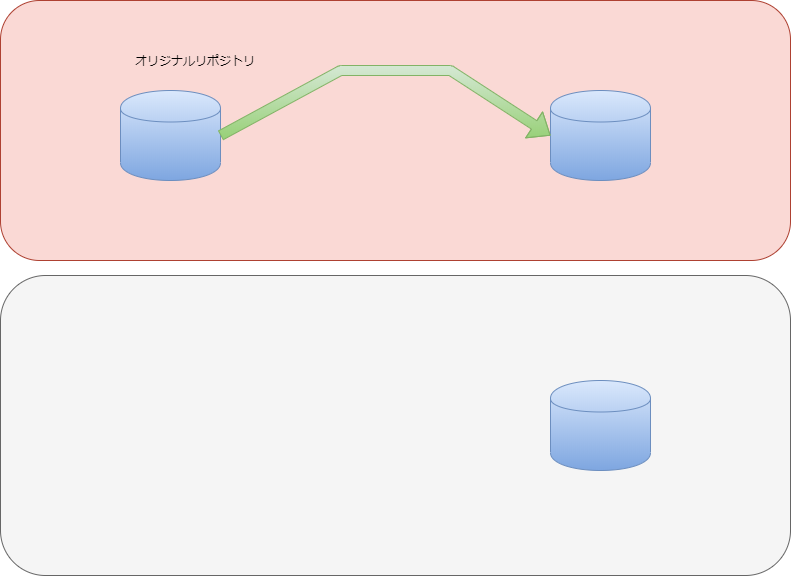
Before: hoge.drawio.png, a diagram exported from draw.io (kumamogeo/mergetest). Source tidied: cells renumbered, new cells last; positions are measured from the earlier drawing's top-left corner, leaving out a move shared by most shapes.
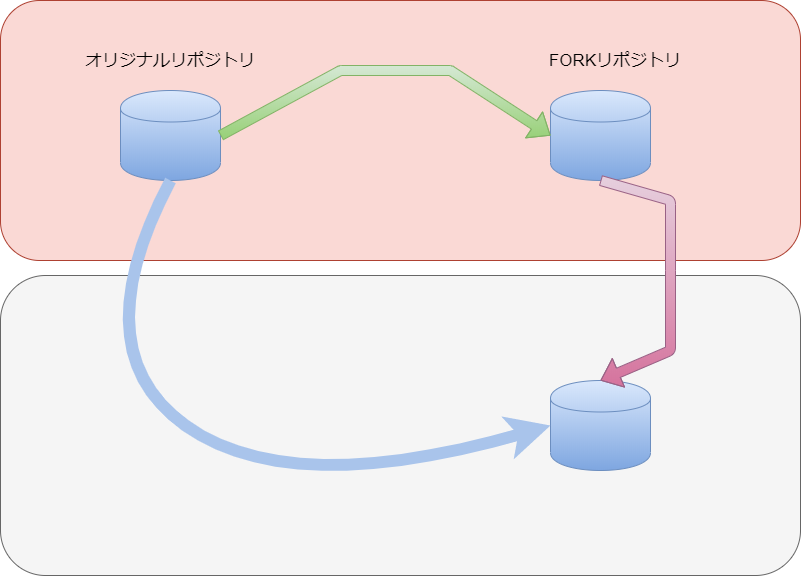
After the change.

Diff of the diagram source:
```diff
@@ -3,10 +3,10 @@
     <mxCell id="0" />
     <mxCell id="1" parent="0" />
     <mxCell id="2" style="rounded=1;whiteSpace=wrap;html=1;fillColor=#fad9d5;strokeColor=#ae4132;" parent="1" vertex="1">
-      <mxGeometry width="790" height="260" as="geometry" />
+      <mxGeometry width="800" height="260" as="geometry" />
     </mxCell>
     <mxCell id="3" style="rounded=1;whiteSpace=wrap;html=1;fillColor=#f5f5f5;strokeColor=#666666;fontColor=#333333;" parent="1" vertex="1">
-      <mxGeometry y="275" width="790" height="300" as="geometry" />
+      <mxGeometry y="275" width="800" height="300" as="geometry" />
     </mxCell>
     <mxCell id="4" style="shape=cylinder;whiteSpace=wrap;html=1;boundedLbl=1;backgroundOutline=1;fillColor=#dae8fc;strokeColor=#6c8ebf;gradientColor=#7ea6e0;" parent="1" vertex="1">
       <mxGeometry x="120" y="90" width="100" height="90" as="geometry" />
@@ -17,8 +17,8 @@
     <mxCell id="6" style="shape=cylinder;whiteSpace=wrap;html=1;boundedLbl=1;backgroundOutline=1;fillColor=#dae8fc;strokeColor=#6c8ebf;gradientColor=#7ea6e0;" parent="1" vertex="1">
       <mxGeometry x="550" y="380" width="100" height="90" as="geometry" />
     </mxCell>
-    <mxCell id="7" value="オリジナルリポジトリ" style="text;html=1;align=center;verticalAlign=middle;whiteSpace=wrap;rounded=0;fontFamily=Helvetica;fillColor=none;fontColor=#000000;" parent="1" vertex="1">
-      <mxGeometry x="100" y="50" width="190" height="20" as="geometry" />
+    <mxCell id="7" value="オリジナルリポジトリ" style="text;html=1;align=center;verticalAlign=middle;whiteSpace=wrap;rounded=0;fontFamily=Helvetica;fillColor=none;fontColor=#000000;fontSize=17;horizontal=1;" parent="1" vertex="1">
+      <mxGeometry x="75" y="50" width="190" height="20" as="geometry" />
     </mxCell>
     <mxCell id="8" style="endArrow=classic;startArrow=none;html=1;fontColor=#000000;exitX=1;exitY=0.5;exitDx=0;exitDy=0;gradientColor=#97d077;fillColor=#d5e8d4;strokeColor=#82b366;shape=flexArrow;entryX=0;entryY=0.5;entryDx=0;entryDy=0;startFill=0;" parent="1" edge="1" source="4" target="5">
       <mxGeometry relative="1" as="geometry">
@@ -28,5 +28,25 @@
         </Array>
       </mxGeometry>
     </mxCell>
+    <mxCell id="9" style="shape=flexArrow;endArrow=classic;html=1;gradientColor=#d5739d;fillColor=#e6d0de;strokeColor=#996185;exitX=0.5;exitY=1;exitDx=0;exitDy=0;entryX=0.5;entryY=0;entryDx=0;entryDy=0;" parent="1" edge="1" source="5" target="6">
+      <mxGeometry relative="1" as="geometry">
+        <Array as="points">
+          <mxPoint x="670" y="200" />
+          <mxPoint x="670" y="270" />
+          <mxPoint x="670" y="350" />
+        </Array>
+      </mxGeometry>
+    </mxCell>
+    <mxCell id="10" value="FORKリポジトリ" style="text;html=1;align=center;verticalAlign=middle;whiteSpace=wrap;rounded=0;fontFamily=Helvetica;fillColor=none;fontColor=#000000;fontSize=17;horizontal=1;" parent="1" vertex="1">
+      <mxGeometry x="520" y="50" width="190" height="20" as="geometry" />
+    </mxCell>
+    <mxCell id="11" style="endArrow=classic;html=1;fontSize=17;fillColor=#cce5ff;strokeColor=#A9C4EB;curved=1;strokeWidth=12;entryX=0;entryY=0.5;entryDx=0;entryDy=0;exitX=0.5;exitY=1;exitDx=0;exitDy=0;" parent="1" edge="1" source="4" target="6">
+      <mxGeometry relative="1" as="geometry">
+        <Array as="points">
+          <mxPoint x="80" y="350" />
+          <mxPoint x="290" y="500" />
+        </Array>
+      </mxGeometry>
+    </mxCell>
   </root>
 </mxGraphModel>
```
